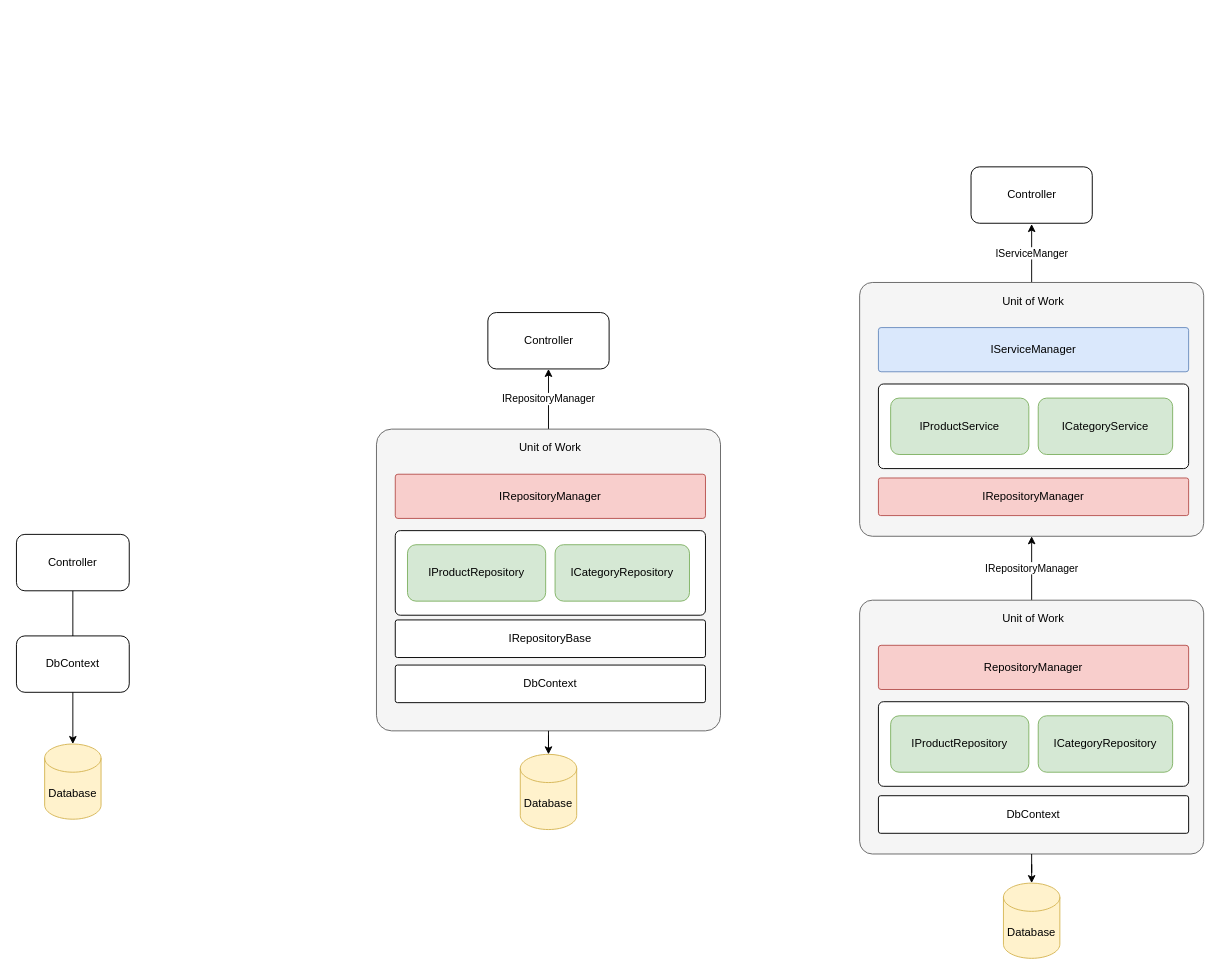
The draw.io diagram page "Repository" (6 of 6) of Uygulama/Drawings.drawio in Hr0dgeir/performans_wtug, before the edit. Source tidied: cells renumbered, new cells numbered last; positions are measured from the earlier drawing's top-left corner, leaving out a move shared by most shapes. Both pictures are drawn from the tidied source at 94%, with x=0, y=0 at pixel (16, 166).
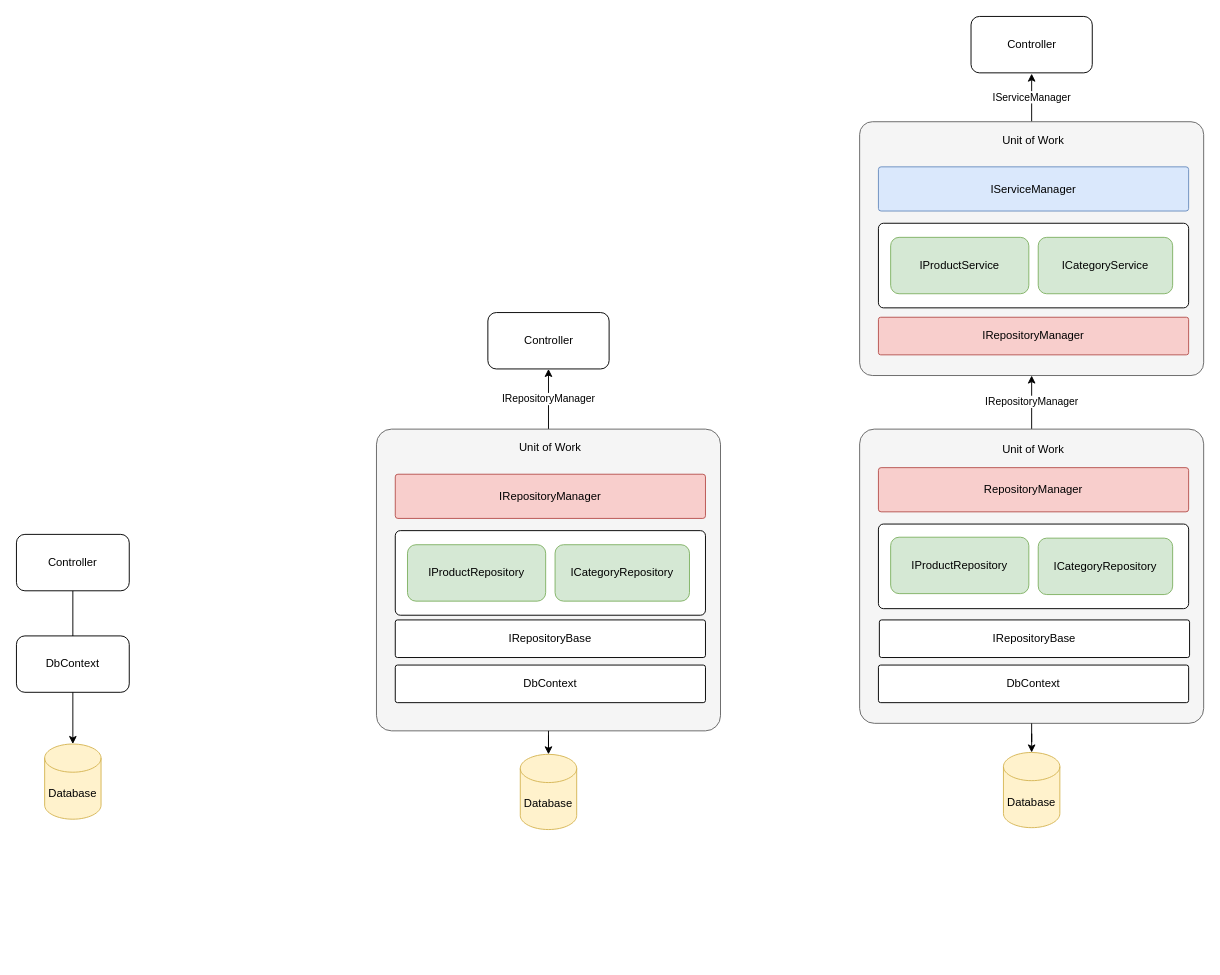
The same diagram, later.

The edit, as a diff of the source:
```diff
@@
     <mxCell id="19" style="rounded=1;whiteSpace=wrap;html=1;fillColor=#f5f5f5;strokeColor=#666666;fontColor=#333333;arcSize=5;" parent="1" vertex="1">
-      <mxGeometry x="897" y="461" width="366" height="270" as="geometry" />
+      <mxGeometry x="897" y="279" width="366" height="313" as="geometry" />
     </mxCell>
     <mxCell id="20" style="rounded=1;whiteSpace=wrap;html=1;arcSize=6;" parent="1" vertex="1">
-      <mxGeometry x="917" y="569" width="330" height="90" as="geometry" />
+      <mxGeometry x="917" y="380" width="330" height="90" as="geometry" />
     </mxCell>
@@
     <mxCell id="22" value="Controller" style="rounded=1;whiteSpace=wrap;html=1;" parent="1" vertex="1">
-      <mxGeometry x="1015.5" width="129" height="60" as="geometry" />
+      <mxGeometry x="1015.5" y="-160" width="129" height="60" as="geometry" />
     </mxCell>
     <mxCell id="23" value="Database" style="shape=cylinder3;whiteSpace=wrap;html=1;boundedLbl=1;backgroundOutline=1;size=15;fillColor=#fff2cc;strokeColor=#d6b656;" parent="1" vertex="1">
-      <mxGeometry x="1050" y="762" width="60" height="80" as="geometry" />
+      <mxGeometry x="1050" y="623" width="60" height="80" as="geometry" />
     </mxCell>
     <mxCell id="24" value="IProductRepository" style="rounded=1;whiteSpace=wrap;html=1;fillColor=#d5e8d4;strokeColor=#82b366;" parent="1" vertex="1">
-      <mxGeometry x="930" y="584" width="147" height="60" as="geometry" />
+      <mxGeometry x="930" y="394" width="147" height="60" as="geometry" />
     </mxCell>
     <mxCell id="25" value="ICategoryRepository" style="rounded=1;whiteSpace=wrap;html=1;fillColor=#d5e8d4;strokeColor=#82b366;" parent="1" vertex="1">
-      <mxGeometry x="1087" y="584" width="143" height="60" as="geometry" />
+      <mxGeometry x="1087" y="395" width="143" height="60" as="geometry" />
     </mxCell>
     <mxCell id="26" value="Unit of Work" style="text;html=1;strokeColor=none;fillColor=none;align=center;verticalAlign=middle;whiteSpace=wrap;rounded=0;" parent="1" vertex="1">
-      <mxGeometry x="917" y="471" width="330" height="20" as="geometry" />
+      <mxGeometry x="917" y="291" width="330" height="20" as="geometry" />
     </mxCell>
     <mxCell id="27" value="DbContext" style="rounded=1;whiteSpace=wrap;html=1;arcSize=6;" parent="1" vertex="1">
-      <mxGeometry x="917" y="669" width="330" height="40" as="geometry" />
+      <mxGeometry x="917" y="530" width="330" height="40" as="geometry" />
     </mxCell>
     <mxCell id="28" value="RepositoryManager" style="rounded=1;whiteSpace=wrap;html=1;arcSize=6;fillColor=#f8cecc;strokeColor=#b85450;" parent="1" vertex="1">
-      <mxGeometry x="917" y="509" width="330" height="47" as="geometry" />
+      <mxGeometry x="917" y="320" width="330" height="47" as="geometry" />
     </mxCell>
-    <mxCell id="29" value="IServiceManger" style="edgeStyle=orthogonalEdgeStyle;rounded=0;jettySize=auto;html=1;entryX=0.5;entryY=1.014;entryDx=0;entryDy=0;entryPerimeter=0;" parent="1" edge="1" source="30" target="22">
+    <mxCell id="29" value="IServiceManager" style="edgeStyle=orthogonalEdgeStyle;rounded=0;jettySize=auto;html=1;entryX=0.5;entryY=1.014;entryDx=0;entryDy=0;entryPerimeter=0;" parent="1" edge="1" source="30" target="22">
       <mxGeometry relative="1" as="geometry" />
     </mxCell>
     <mxCell id="30" style="rounded=1;whiteSpace=wrap;html=1;fillColor=#f5f5f5;strokeColor=#666666;fontColor=#333333;arcSize=5;" parent="1" vertex="1">
-      <mxGeometry x="897" y="123" width="366" height="270" as="geometry" />
+      <mxGeometry x="897" y="-48" width="366" height="270" as="geometry" />
     </mxCell>
     <mxCell id="31" style="rounded=1;whiteSpace=wrap;html=1;arcSize=6;" parent="1" vertex="1">
-      <mxGeometry x="917" y="231" width="330" height="90" as="geometry" />
+      <mxGeometry x="917" y="60" width="330" height="90" as="geometry" />
     </mxCell>
     <mxCell id="32" value="IProductService" style="rounded=1;whiteSpace=wrap;html=1;fillColor=#d5e8d4;strokeColor=#82b366;" parent="1" vertex="1">
-      <mxGeometry x="930" y="246" width="147" height="60" as="geometry" />
+      <mxGeometry x="930" y="75" width="147" height="60" as="geometry" />
     </mxCell>
     <mxCell id="33" value="ICategoryService" style="rounded=1;whiteSpace=wrap;html=1;fillColor=#d5e8d4;strokeColor=#82b366;" parent="1" vertex="1">
-      <mxGeometry x="1087" y="246" width="143" height="60" as="geometry" />
+      <mxGeometry x="1087" y="75" width="143" height="60" as="geometry" />
     </mxCell>
     <mxCell id="34" value="Unit of Work" style="text;html=1;strokeColor=none;fillColor=none;align=center;verticalAlign=middle;whiteSpace=wrap;rounded=0;" parent="1" vertex="1">
-      <mxGeometry x="917" y="133" width="330" height="20" as="geometry" />
+      <mxGeometry x="917" y="-38" width="330" height="20" as="geometry" />
     </mxCell>
     <mxCell id="35" value="IRepositoryManager" style="rounded=1;whiteSpace=wrap;html=1;arcSize=6;fillColor=#f8cecc;strokeColor=#b85450;" parent="1" vertex="1">
-      <mxGeometry x="917" y="331" width="330" height="40" as="geometry" />
+      <mxGeometry x="917" y="160" width="330" height="40" as="geometry" />
     </mxCell>
     <mxCell id="36" value="IServiceManager" style="rounded=1;whiteSpace=wrap;html=1;arcSize=6;fillColor=#dae8fc;strokeColor=#6c8ebf;" parent="1" vertex="1">
-      <mxGeometry x="917" y="171" width="330" height="47" as="geometry" />
+      <mxGeometry x="917" width="330" height="47" as="geometry" />
     </mxCell>
+    <mxCell id="37" value="IRepositoryBase" style="rounded=1;whiteSpace=wrap;html=1;arcSize=6;" parent="1" vertex="1">
+      <mxGeometry x="918" y="482" width="330" height="40" as="geometry" />
+    </mxCell>
```
